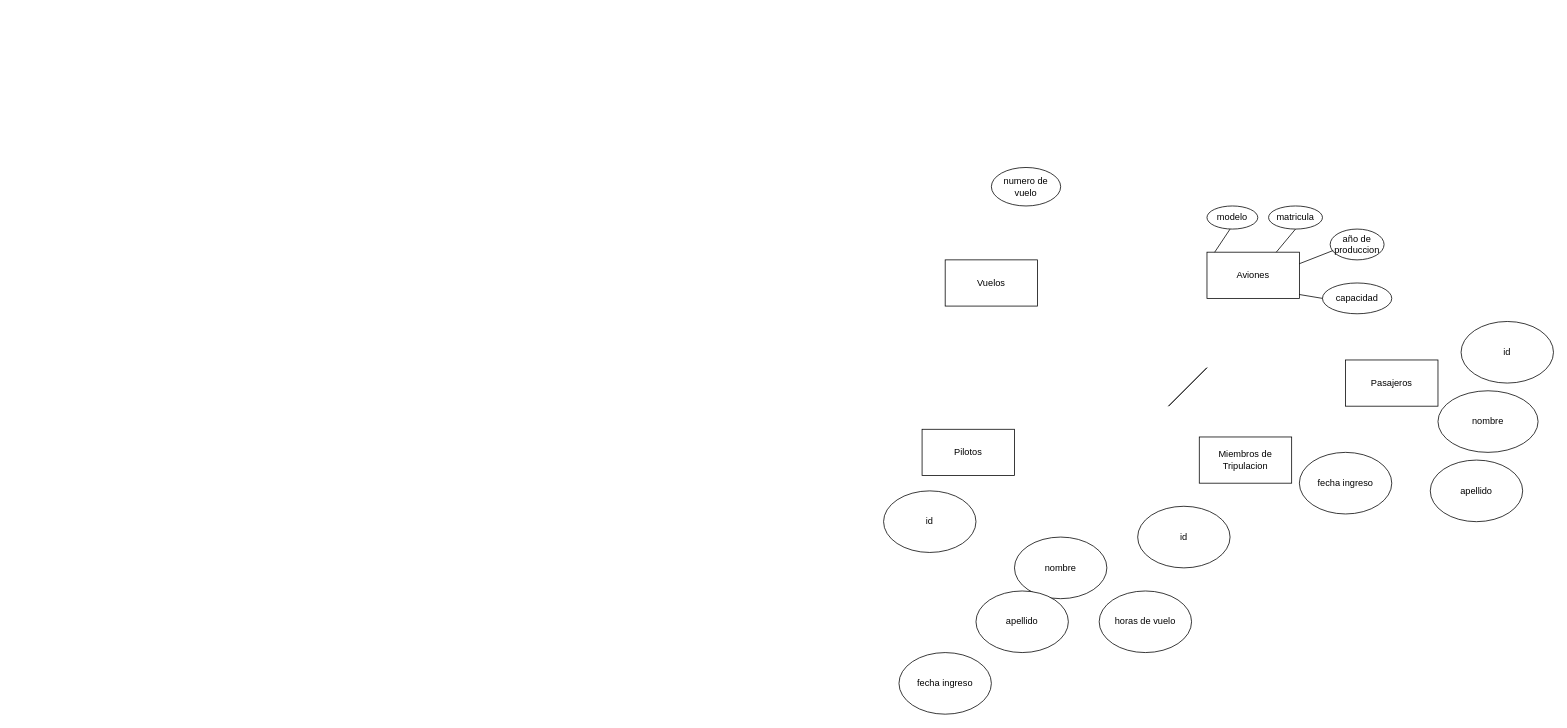
NoeAvalos/Base-de-datos-Compa-ia-aerea keeps this draw.io diagram as Diagrama sin título.drawio. Above is the earlier version. Source tidied: cells renumbered, new cells numbered last; positions are measured from the earlier drawing's top-left corner, leaving out a move shared by most shapes. Both pictures are drawn from the tidied source at 77%, with x=0, y=0 at pixel (883, 167).
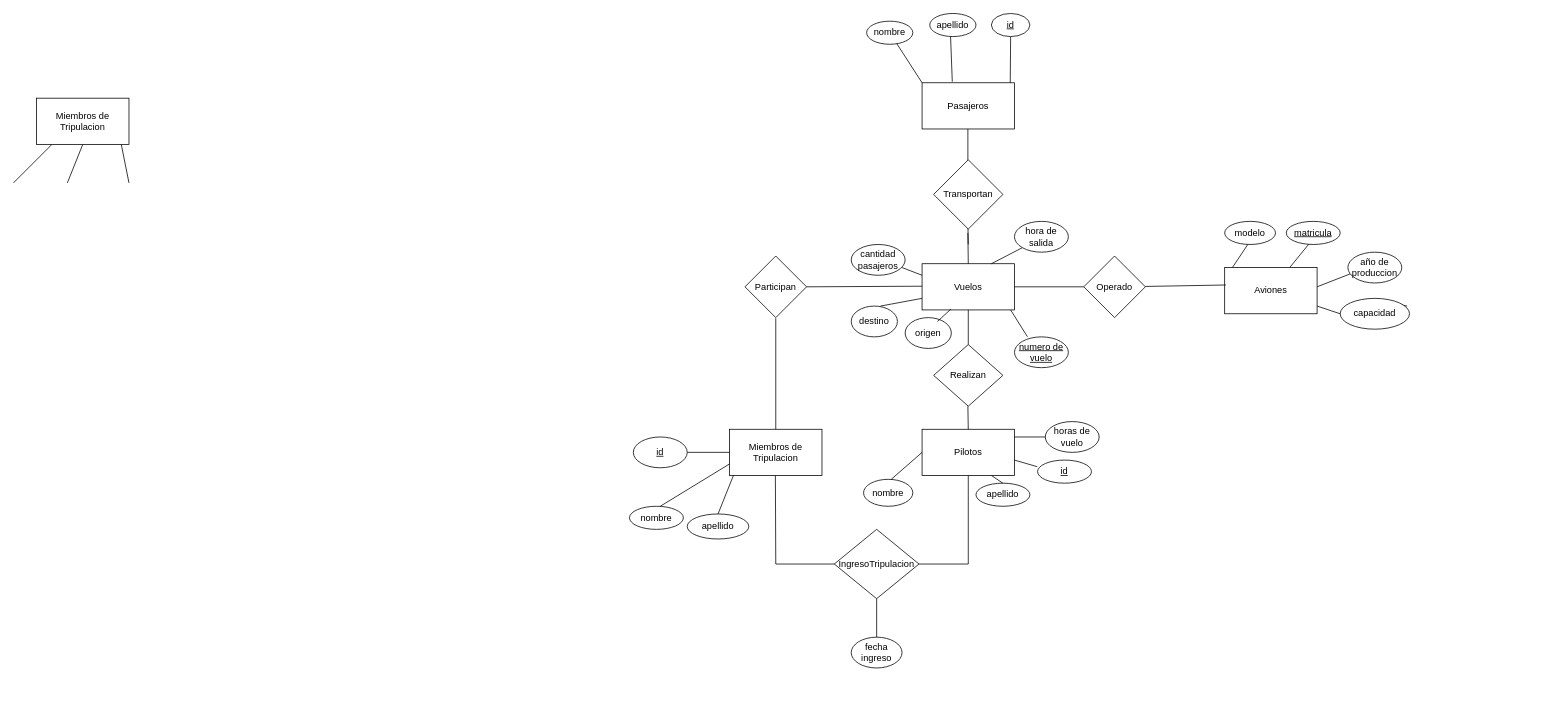
The same diagram, later.

Unchanged cells that the change refers to:
```xml
<mxCell id="4" value="Pilotos" style="rounded=0;whiteSpace=wrap;html=1;" parent="1" vertex="1">
  <mxGeometry x="50" y="340" width="120" height="60" as="geometry" />
</mxCell>
```

Change to the diagram source:
```diff
@@
     <mxCell id="2" value="Miembros de Tripulacion" style="rounded=0;whiteSpace=wrap;html=1;" parent="1" vertex="1">
-      <mxGeometry x="410" y="350" width="120" height="60" as="geometry" />
+      <mxGeometry x="-200" y="340" width="120" height="60" as="geometry" />
     </mxCell>
-    <mxCell id="3" value="Aviones" style="rounded=0;whiteSpace=wrap;html=1;" parent="1" vertex="1">
-      <mxGeometry x="420" y="110" width="120" height="60" as="geometry" />
-    </mxCell>
@@
-    <mxCell id="5" value="id" style="ellipse;whiteSpace=wrap;html=1;" parent="1" vertex="1">
-      <mxGeometry y="420" width="120" height="80" as="geometry" />
+    <mxCell id="5" value="id" style="ellipse;whiteSpace=wrap;html=1;fontStyle=4;" parent="1" vertex="1">
+      <mxGeometry x="200" y="380" width="70" height="30" as="geometry" />
     </mxCell>
     <mxCell id="6" value="nombre" style="ellipse;whiteSpace=wrap;html=1;" parent="1" vertex="1">
-      <mxGeometry x="170" y="480" width="120" height="80" as="geometry" />
+      <mxGeometry x="-26" y="405" width="64" height="35" as="geometry" />
     </mxCell>
     <mxCell id="7" value="apellido" style="ellipse;whiteSpace=wrap;html=1;" parent="1" vertex="1">
-      <mxGeometry x="120" y="550" width="120" height="80" as="geometry" />
+      <mxGeometry x="120" y="410" width="70" height="30" as="geometry" />
     </mxCell>
     <mxCell id="8" value="horas de vuelo" style="ellipse;whiteSpace=wrap;html=1;" parent="1" vertex="1">
-      <mxGeometry x="280" y="550" width="120" height="80" as="geometry" />
+      <mxGeometry x="210" y="330" width="70" height="40" as="geometry" />
     </mxCell>
-    <mxCell id="9" value="fecha ingreso" style="ellipse;whiteSpace=wrap;html=1;" parent="1" vertex="1">
-      <mxGeometry x="20" y="630" width="120" height="80" as="geometry" />
-    </mxCell>
     <mxCell id="10" value="fecha ingreso" style="ellipse;whiteSpace=wrap;html=1;" parent="1" vertex="1">
-      <mxGeometry x="540" y="370" width="120" height="80" as="geometry" />
+      <mxGeometry x="-42" y="610" width="66" height="40" as="geometry" />
     </mxCell>
-    <mxCell id="11" value="nombre" style="ellipse;whiteSpace=wrap;html=1;" parent="1" vertex="1">
-      <mxGeometry x="720" y="290" width="130" height="80" as="geometry" />
-    </mxCell>
-    <mxCell id="12" value="apellido" style="ellipse;whiteSpace=wrap;html=1;" parent="1" vertex="1">
-      <mxGeometry x="710" y="380" width="120" height="80" as="geometry" />
-    </mxCell>
-    <mxCell id="13" value="id" style="ellipse;whiteSpace=wrap;html=1;" parent="1" vertex="1">
-      <mxGeometry x="330" y="440" width="120" height="80" as="geometry" />
-    </mxCell>
-    <mxCell id="14" value="numero de vuelo" style="ellipse;whiteSpace=wrap;html=1;" parent="1" vertex="1">
-      <mxGeometry x="140" width="90" height="50" as="geometry" />
+    <mxCell id="14" value="numero de vuelo" style="ellipse;whiteSpace=wrap;html=1;fontStyle=4;" parent="1" vertex="1">
+      <mxGeometry x="170" y="220" width="70" height="40" as="geometry" />
     </mxCell>
-    <mxCell id="15" value="modelo" style="ellipse;whiteSpace=wrap;html=1;" parent="1" vertex="1">
-      <mxGeometry x="420" y="50" width="66" height="30" as="geometry" />
-    </mxCell>
-    <mxCell id="16" value="año de produccion" style="ellipse;whiteSpace=wrap;html=1;" parent="1" vertex="1">
-      <mxGeometry x="580" y="80" width="70" height="40" as="geometry" />
-    </mxCell>
+    <mxCell id="19" value="Vuelos" style="rounded=0;whiteSpace=wrap;html=1;" parent="1" vertex="1">
+      <mxGeometry x="50" y="125" width="120" height="60" as="geometry" />
+    </mxCell>
+    <mxCell id="22" style="endArrow=none;html=1;rounded=0;entryX=0;entryY=0.5;entryDx=0;entryDy=0;" parent="1" edge="1">
+      <mxGeometry relative="1" as="geometry">
+        <mxPoint x="650" y="175" as="sourcePoint" />
+        <mxPoint x="680" y="180" as="targetPoint" />
+      </mxGeometry>
+    </mxCell>
+    <mxCell id="25" style="endArrow=none;html=1;rounded=0;" parent="1" edge="1" source="3">
+      <mxGeometry relative="1" as="geometry">
+        <mxPoint x="560" y="90" as="targetPoint" />
+      </mxGeometry>
+    </mxCell>
+    <mxCell id="28" value="origen" style="ellipse;whiteSpace=wrap;html=1;" parent="1" vertex="1">
+      <mxGeometry x="28" y="195" width="60" height="40" as="geometry" />
+    </mxCell>
+    <mxCell id="29" value="destino" style="ellipse;whiteSpace=wrap;html=1;" parent="1" vertex="1">
+      <mxGeometry x="-42" y="180" width="60" height="40" as="geometry" />
+    </mxCell>
+    <mxCell id="30" value="hora de salida" style="ellipse;whiteSpace=wrap;html=1;" parent="1" vertex="1">
+      <mxGeometry x="170" y="70" width="70" height="40" as="geometry" />
+    </mxCell>
+    <mxCell id="31" value="Realizan" style="rhombus;whiteSpace=wrap;html=1;" parent="1" vertex="1">
+      <mxGeometry x="65" y="230" width="90" height="80" as="geometry" />
+    </mxCell>
+    <mxCell id="32" style="endArrow=none;html=1;rounded=0;entryX=0.5;entryY=1;entryDx=0;entryDy=0;" parent="1" edge="1" target="19">
+      <mxGeometry relative="1" as="geometry">
+        <mxPoint x="110" y="230" as="sourcePoint" />
+      </mxGeometry>
+    </mxCell>
+    <mxCell id="33" style="endArrow=none;html=1;rounded=0;entryX=0.5;entryY=1;entryDx=0;entryDy=0;" parent="1" edge="1">
+      <mxGeometry relative="1" as="geometry">
+        <mxPoint x="110" y="340" as="sourcePoint" />
+        <mxPoint x="109.5" y="310" as="targetPoint" />
+      </mxGeometry>
+    </mxCell>
+    <mxCell id="34" style="endArrow=none;html=1;rounded=0;" parent="1" edge="1">
+      <mxGeometry relative="1" as="geometry">
+        <mxPoint x="-1130" y="20" as="sourcePoint" />
+        <mxPoint x="-1080" y="-30" as="targetPoint" />
+      </mxGeometry>
+    </mxCell>
+    <mxCell id="35" style="endArrow=none;html=1;rounded=0;" parent="1" edge="1">
+      <mxGeometry relative="1" as="geometry">
+        <mxPoint x="-1060" y="20" as="sourcePoint" />
+        <mxPoint x="-1040" y="-30" as="targetPoint" />
+      </mxGeometry>
+    </mxCell>
+    <mxCell id="36" style="endArrow=none;html=1;rounded=0;" parent="1" edge="1">
+      <mxGeometry relative="1" as="geometry">
+        <mxPoint x="-980" y="20" as="sourcePoint" />
+        <mxPoint x="-990" y="-30" as="targetPoint" />
+      </mxGeometry>
+    </mxCell>
+    <mxCell id="37" value="Miembros de Tripulacion" style="rounded=0;whiteSpace=wrap;html=1;" parent="1" vertex="1">
+      <mxGeometry x="-1100" y="-90" width="120" height="60" as="geometry" />
+    </mxCell>
+    <mxCell id="38" value="Participan" style="rhombus;whiteSpace=wrap;html=1;" parent="1" vertex="1">
+      <mxGeometry x="-180" y="115" width="80" height="80" as="geometry" />
+    </mxCell>
+    <mxCell id="39" value="IngresoTripulacion" style="rhombus;whiteSpace=wrap;html=1;" parent="1" vertex="1">
+      <mxGeometry x="-64" y="470" width="110" height="90" as="geometry" />
+    </mxCell>
+    <mxCell id="40" style="endArrow=none;html=1;rounded=0;entryX=0;entryY=0.5;entryDx=0;entryDy=0;exitX=1;exitY=0.5;exitDx=0;exitDy=0;" parent="1" edge="1" source="42" target="2">
+      <mxGeometry relative="1" as="geometry" />
+    </mxCell>
+    <mxCell id="41" style="endArrow=none;html=1;rounded=0;" parent="1" edge="1">
+      <mxGeometry relative="1" as="geometry">
+        <mxPoint x="-215" y="450" as="sourcePoint" />
+        <mxPoint x="-195" y="400" as="targetPoint" />
+      </mxGeometry>
+    </mxCell>
+    <mxCell id="42" value="id" style="ellipse;whiteSpace=wrap;html=1;fontStyle=4;" parent="1" vertex="1">
+      <mxGeometry x="-325" y="350" width="70" height="40" as="geometry" />
+    </mxCell>
+    <mxCell id="43" value="apellido" style="ellipse;whiteSpace=wrap;html=1;" parent="1" vertex="1">
+      <mxGeometry x="-255" y="450" width="80" height="32.5" as="geometry" />
+    </mxCell>
+    <mxCell id="3" value="Aviones" style="rounded=0;whiteSpace=wrap;html=1;" parent="1" vertex="1">
+      <mxGeometry x="443" y="130" width="120" height="60" as="geometry" />
+    </mxCell>
     <mxCell id="17" value="capacidad" style="ellipse;whiteSpace=wrap;html=1;" parent="1" vertex="1">
-      <mxGeometry x="570" y="150" width="90" height="40" as="geometry" />
+      <mxGeometry x="593" y="170" width="90" height="40" as="geometry" />
     </mxCell>
-    <mxCell id="18" value="matricula" style="ellipse;whiteSpace=wrap;html=1;" parent="1" vertex="1">
-      <mxGeometry x="500" y="50" width="70" height="30" as="geometry" />
+    <mxCell id="18" value="matricula" style="ellipse;whiteSpace=wrap;html=1;fontStyle=4;" parent="1" vertex="1">
+      <mxGeometry x="523" y="70" width="70" height="30" as="geometry" />
     </mxCell>
-    <mxCell id="19" value="Vuelos" style="rounded=0;whiteSpace=wrap;html=1;" parent="1" vertex="1">
-      <mxGeometry x="80" y="120" width="120" height="60" as="geometry" />
-    </mxCell>
-    <mxCell id="20" style="endArrow=none;html=1;rounded=0;" parent="1" edge="1">
-      <mxGeometry relative="1" as="geometry">
-        <mxPoint x="370" y="310" as="sourcePoint" />
-        <mxPoint x="420" y="260" as="targetPoint" />
-      </mxGeometry>
-    </mxCell>
-    <mxCell id="21" style="endArrow=none;html=1;rounded=0;" parent="1" edge="1">
-      <mxGeometry relative="1" as="geometry">
-        <mxPoint x="370" y="310" as="sourcePoint" />
-        <mxPoint x="420" y="260" as="targetPoint" />
-      </mxGeometry>
-    </mxCell>
-    <mxCell id="22" style="endArrow=none;html=1;rounded=0;entryX=0;entryY=0.5;entryDx=0;entryDy=0;" parent="1" edge="1" target="17">
-      <mxGeometry relative="1" as="geometry">
-        <mxPoint x="540" y="165" as="sourcePoint" />
-      </mxGeometry>
-    </mxCell>
-    <mxCell id="23" style="endArrow=none;html=1;rounded=0;entryX=0.057;entryY=0.695;entryDx=0;entryDy=0;entryPerimeter=0;" parent="1" edge="1" target="16">
-      <mxGeometry relative="1" as="geometry">
-        <mxPoint x="540" y="125" as="sourcePoint" />
-      </mxGeometry>
-    </mxCell>
-    <mxCell id="24" style="endArrow=none;html=1;rounded=0;entryX=0.5;entryY=1;entryDx=0;entryDy=0;" parent="1" edge="1" target="18">
-      <mxGeometry relative="1" as="geometry">
-        <mxPoint x="510" y="110" as="sourcePoint" />
-      </mxGeometry>
-    </mxCell>
-    <mxCell id="25" style="endArrow=none;html=1;rounded=0;" parent="1" edge="1">
-      <mxGeometry relative="1" as="geometry">
-        <mxPoint x="430" y="110" as="sourcePoint" />
-        <mxPoint x="450" y="80" as="targetPoint" />
-      </mxGeometry>
-    </mxCell>
+    <mxCell id="15" value="modelo" style="ellipse;whiteSpace=wrap;html=1;" parent="1" vertex="1">
+      <mxGeometry x="443" y="70" width="66" height="30" as="geometry" />
+    </mxCell>
+    <mxCell id="44" style="endArrow=none;html=1;rounded=0;" parent="1" edge="1">
+      <mxGeometry relative="1" as="geometry">
+        <mxPoint x="453" y="130" as="sourcePoint" />
+        <mxPoint x="473" y="100" as="targetPoint" />
+      </mxGeometry>
+    </mxCell>
+    <mxCell id="45" style="endArrow=none;html=1;rounded=0;entryX=0.057;entryY=0.695;entryDx=0;entryDy=0;entryPerimeter=0;" parent="1" edge="1" target="16">
+      <mxGeometry relative="1" as="geometry">
+        <mxPoint x="563" y="155" as="sourcePoint" />
+      </mxGeometry>
+    </mxCell>
+    <mxCell id="16" value="año de produccion" style="ellipse;whiteSpace=wrap;html=1;" parent="1" vertex="1">
+      <mxGeometry x="603" y="110" width="70" height="40" as="geometry" />
+    </mxCell>
+    <mxCell id="46" value="nombre" style="ellipse;whiteSpace=wrap;html=1;" parent="1" vertex="1">
+      <mxGeometry x="-330" y="440" width="70" height="30" as="geometry" />
+    </mxCell>
+    <mxCell id="47" style="endArrow=none;html=1;rounded=0;entryX=0;entryY=0.75;entryDx=0;entryDy=0;" parent="1" edge="1" target="2">
+      <mxGeometry relative="1" as="geometry">
+        <mxPoint x="-290" y="440" as="sourcePoint" />
+      </mxGeometry>
+    </mxCell>
+    <mxCell id="48" value="Operado" style="rhombus;whiteSpace=wrap;html=1;" parent="1" vertex="1">
+      <mxGeometry x="260" y="115" width="80" height="80" as="geometry" />
+    </mxCell>
+    <mxCell id="49" value="cantidad pasajeros" style="ellipse;whiteSpace=wrap;html=1;" parent="1" vertex="1">
+      <mxGeometry x="-42" y="100" width="70" height="40" as="geometry" />
+    </mxCell>
+    <mxCell id="50" value="nombre" style="ellipse;whiteSpace=wrap;html=1;" parent="1" vertex="1">
+      <mxGeometry x="-22" y="-190" width="60" height="30" as="geometry" />
+    </mxCell>
+    <mxCell id="51" value="apellido" style="ellipse;whiteSpace=wrap;html=1;" parent="1" vertex="1">
+      <mxGeometry x="60" y="-200" width="60" height="30" as="geometry" />
+    </mxCell>
     <mxCell id="26" value="Pasajeros" style="rounded=0;whiteSpace=wrap;html=1;" parent="1" vertex="1">
-      <mxGeometry x="600" y="250" width="120" height="60" as="geometry" />
+      <mxGeometry x="50" y="-110" width="120" height="60" as="geometry" />
     </mxCell>
-    <mxCell id="27" value="id" style="ellipse;whiteSpace=wrap;html=1;" parent="1" vertex="1">
-      <mxGeometry x="750" y="200" width="120" height="80" as="geometry" />
-    </mxCell>
+    <mxCell id="52" value="id" style="ellipse;whiteSpace=wrap;html=1;fontStyle=4;" parent="1" vertex="1">
+      <mxGeometry x="140" y="-200" width="50" height="30" as="geometry" />
+    </mxCell>
+    <mxCell id="53" style="endArrow=none;html=1;rounded=0;entryX=0.5;entryY=1;entryDx=0;entryDy=0;" parent="1" edge="1">
+      <mxGeometry relative="1" as="geometry">
+        <mxPoint x="109.5" y="-5" as="sourcePoint" />
+        <mxPoint x="109.5" y="-50" as="targetPoint" />
+      </mxGeometry>
+    </mxCell>
+    <mxCell id="54" style="endArrow=none;html=1;rounded=0;entryX=0.5;entryY=1;entryDx=0;entryDy=0;" parent="1" edge="1">
+      <mxGeometry relative="1" as="geometry">
+        <mxPoint x="110" y="100" as="sourcePoint" />
+        <mxPoint x="109.5" y="70" as="targetPoint" />
+      </mxGeometry>
+    </mxCell>
+    <mxCell id="55" style="endArrow=none;html=1;rounded=0;entryX=0.5;entryY=1;entryDx=0;entryDy=0;exitX=0.5;exitY=0;exitDx=0;exitDy=0;" parent="1" edge="1" source="19">
+      <mxGeometry relative="1" as="geometry">
+        <mxPoint x="109.5" y="85" as="targetPoint" />
+      </mxGeometry>
+    </mxCell>
+    <mxCell id="56" value="Transportan" style="rhombus;whiteSpace=wrap;html=1;" parent="1" vertex="1">
+      <mxGeometry x="65" y="-10" width="90" height="90" as="geometry" />
+    </mxCell>
+    <mxCell id="57" style="endArrow=none;html=1;rounded=0;exitX=0;exitY=0;exitDx=0;exitDy=0;" parent="1" edge="1" source="26" target="50">
+      <mxGeometry relative="1" as="geometry" />
+    </mxCell>
+    <mxCell id="58" style="endArrow=none;html=1;rounded=0;exitX=0.327;exitY=-0.023;exitDx=0;exitDy=0;exitPerimeter=0;" parent="1" edge="1" source="26">
+      <mxGeometry relative="1" as="geometry">
+        <mxPoint x="87" y="-170" as="targetPoint" />
+      </mxGeometry>
+    </mxCell>
+    <mxCell id="59" style="endArrow=none;html=1;rounded=0;exitX=0.75;exitY=0;exitDx=0;exitDy=0;entryX=0.5;entryY=1;entryDx=0;entryDy=0;" parent="1" edge="1" target="52">
+      <mxGeometry relative="1" as="geometry">
+        <mxPoint x="164.5" y="-110" as="sourcePoint" />
+      </mxGeometry>
+    </mxCell>
+    <mxCell id="60" style="endArrow=none;html=1;rounded=0;exitX=0.24;exitY=-0.005;exitDx=0;exitDy=0;exitPerimeter=0;" parent="1" edge="1" source="14">
+      <mxGeometry relative="1" as="geometry">
+        <mxPoint x="165" y="185" as="targetPoint" />
+      </mxGeometry>
+    </mxCell>
+    <mxCell id="61" style="endArrow=none;html=1;rounded=0;entryX=0.313;entryY=0.98;entryDx=0;entryDy=0;entryPerimeter=0;" parent="1" edge="1" target="19">
+      <mxGeometry relative="1" as="geometry">
+        <mxPoint x="70" y="200" as="sourcePoint" />
+      </mxGeometry>
+    </mxCell>
+    <mxCell id="62" style="endArrow=none;html=1;rounded=0;entryX=0;entryY=0.75;entryDx=0;entryDy=0;" parent="1" edge="1" target="19">
+      <mxGeometry relative="1" as="geometry">
+        <mxPoint x="-4" y="180" as="sourcePoint" />
+      </mxGeometry>
+    </mxCell>
+    <mxCell id="63" style="endArrow=none;html=1;rounded=0;entryX=0;entryY=0.25;entryDx=0;entryDy=0;" parent="1" edge="1" target="19">
+      <mxGeometry relative="1" as="geometry">
+        <mxPoint x="24" y="130" as="sourcePoint" />
+      </mxGeometry>
+    </mxCell>
+    <mxCell id="64" style="endArrow=none;html=1;rounded=0;" parent="1" edge="1">
+      <mxGeometry relative="1" as="geometry">
+        <mxPoint x="10" y="405" as="sourcePoint" />
+        <mxPoint x="50" y="370" as="targetPoint" />
+      </mxGeometry>
+    </mxCell>
+    <mxCell id="65" style="endArrow=none;html=1;rounded=0;entryX=0.5;entryY=0;entryDx=0;entryDy=0;" parent="1" edge="1" target="7">
+      <mxGeometry relative="1" as="geometry">
+        <mxPoint x="140" y="400" as="sourcePoint" />
+      </mxGeometry>
+    </mxCell>
+    <mxCell id="66" style="endArrow=none;html=1;rounded=0;entryX=-0.006;entryY=0.287;entryDx=0;entryDy=0;entryPerimeter=0;" parent="1" edge="1" target="5">
+      <mxGeometry relative="1" as="geometry">
+        <mxPoint x="170" y="380" as="sourcePoint" />
+      </mxGeometry>
+    </mxCell>
+    <mxCell id="67" style="endArrow=none;html=1;rounded=0;" parent="1" edge="1">
+      <mxGeometry relative="1" as="geometry">
+        <mxPoint x="170" y="350" as="sourcePoint" />
+        <mxPoint x="210" y="350" as="targetPoint" />
+      </mxGeometry>
+    </mxCell>
+    <mxCell id="68" style="endArrow=none;html=1;rounded=0;exitX=0;exitY=1;exitDx=0;exitDy=0;entryX=0.75;entryY=0;entryDx=0;entryDy=0;" parent="1" edge="1" source="30" target="19">
+      <mxGeometry relative="1" as="geometry" />
+    </mxCell>
+    <mxCell id="69" style="endArrow=none;html=1;rounded=0;entryX=0;entryY=0.5;entryDx=0;entryDy=0;" parent="1" edge="1" target="17">
+      <mxGeometry relative="1" as="geometry">
+        <mxPoint x="563" y="180" as="sourcePoint" />
+      </mxGeometry>
+    </mxCell>
+    <mxCell id="70" style="endArrow=none;html=1;rounded=0;entryX=0;entryY=0.5;entryDx=0;entryDy=0;exitX=1;exitY=0.5;exitDx=0;exitDy=0;" parent="1" edge="1" source="19" target="48">
+      <mxGeometry relative="1" as="geometry" />
+    </mxCell>
+    <mxCell id="71" style="endArrow=none;html=1;rounded=0;entryX=0.012;entryY=0.377;entryDx=0;entryDy=0;exitX=1;exitY=0.5;exitDx=0;exitDy=0;entryPerimeter=0;" parent="1" edge="1" target="3">
+      <mxGeometry relative="1" as="geometry">
+        <mxPoint x="340" y="154.5" as="sourcePoint" />
+      </mxGeometry>
+    </mxCell>
+    <mxCell id="72" style="endArrow=none;html=1;rounded=0;entryX=0.012;entryY=0.377;entryDx=0;entryDy=0;exitX=1;exitY=0.5;exitDx=0;exitDy=0;entryPerimeter=0;" parent="1" edge="1" source="38">
+      <mxGeometry relative="1" as="geometry">
+        <mxPoint x="50" y="154.2" as="targetPoint" />
+      </mxGeometry>
+    </mxCell>
+    <mxCell id="73" style="endArrow=none;html=1;rounded=0;entryX=0.5;entryY=0;entryDx=0;entryDy=0;exitX=1;exitY=0.5;exitDx=0;exitDy=0;" parent="1" edge="1" target="2">
+      <mxGeometry relative="1" as="geometry">
+        <mxPoint x="-140" y="195.8" as="sourcePoint" />
+      </mxGeometry>
+    </mxCell>
+    <mxCell id="74" style="endArrow=none;html=1;rounded=0;exitX=1;exitY=0.5;exitDx=0;exitDy=0;entryX=0;entryY=0.5;entryDx=0;entryDy=0;" parent="1" edge="1" target="39">
+      <mxGeometry relative="1" as="geometry">
+        <mxPoint x="-140.5" y="400" as="sourcePoint" />
+        <Array as="points">
+          <mxPoint x="-140" y="515" />
+        </Array>
+      </mxGeometry>
+    </mxCell>
+    <mxCell id="75" style="endArrow=none;html=1;rounded=0;exitX=0.5;exitY=1;exitDx=0;exitDy=0;entryX=1;entryY=0.5;entryDx=0;entryDy=0;" parent="1" edge="1" source="4" target="39">
+      <mxGeometry relative="1" as="geometry">
+        <Array as="points">
+          <mxPoint x="110" y="515" />
+        </Array>
+      </mxGeometry>
+    </mxCell>
+    <mxCell id="76" style="endArrow=none;html=1;rounded=0;exitX=0.5;exitY=0;exitDx=0;exitDy=0;entryX=0.5;entryY=1;entryDx=0;entryDy=0;" parent="1" edge="1" source="10" target="39">
+      <mxGeometry relative="1" as="geometry" />
+    </mxCell>
```
